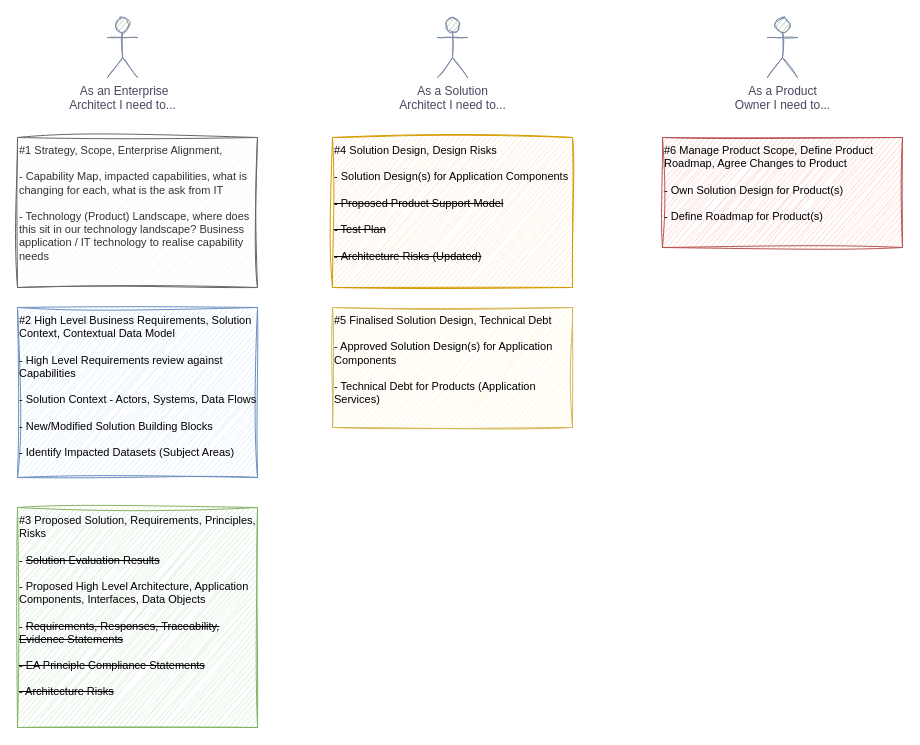
Above: page "EA Scenarios" (3 of 3) of TOM Management.drawio in martinlt/reference (draw.io), before the change. Source tidied: cells renumbered, new cells numbered last; positions are measured from the earlier drawing's top-left corner, leaving out a move shared by most shapes. Both pictures are drawn from the tidied source at 100%, with x=0, y=0 at pixel (17, 17).
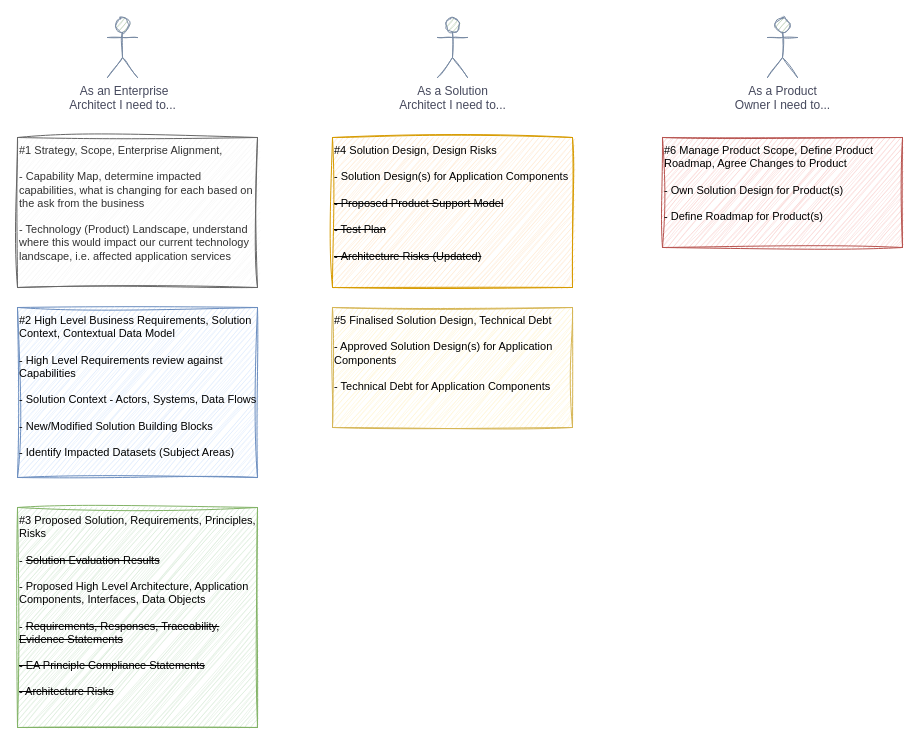
After the change.

The edit, as a diff of the source:
```diff
@@
 <mxGraphModel>
   <root>
     <mxCell id="0" />
     <mxCell id="1" parent="0" />
-    <mxCell id="2" value="#1 Strategy, Scope, Enterprise Alignment,&lt;br style=&quot;font-size: 11px;&quot;&gt;&lt;br style=&quot;font-size: 11px;&quot;&gt;- Capability Map, impacted capabilities, what is changing for each, what is the ask from IT&lt;br style=&quot;font-size: 11px;&quot;&gt;&lt;br style=&quot;font-size: 11px;&quot;&gt;- Technology (Product) Landscape, where does this sit in our technology landscape? Business application / IT technology to realise capability needs&lt;br&gt;" style="text;html=1;strokeColor=#666666;fillColor=#f5f5f5;align=left;verticalAlign=top;whiteSpace=wrap;rounded=0;fontSize=11;fontColor=#333333;sketch=1;curveFitting=1;jiggle=2;" parent="1" vertex="1">
+    <mxCell id="2" value="#1 Strategy, Scope, Enterprise Alignment,&lt;br style=&quot;font-size: 11px;&quot;&gt;&lt;br style=&quot;font-size: 11px;&quot;&gt;- Capability Map, determine impacted capabilities, what is changing for each based on the ask from the business&lt;br style=&quot;font-size: 11px;&quot;&gt;&lt;br style=&quot;font-size: 11px;&quot;&gt;- Technology (Product) Landscape, understand where this would impact our current technology landscape, i.e. affected application services" style="text;html=1;strokeColor=#666666;fillColor=#f5f5f5;align=left;verticalAlign=top;whiteSpace=wrap;rounded=0;fontSize=11;fontColor=#333333;sketch=1;curveFitting=1;jiggle=2;" parent="1" vertex="1">
       <mxGeometry y="120" width="240" height="150" as="geometry" />
     </mxCell>
     <mxCell id="3" value="#2 High Level Business Requirements, Solution Context, Contextual Data Model&lt;br style=&quot;font-size: 11px;&quot;&gt;&lt;br style=&quot;font-size: 11px;&quot;&gt;- High Level Requirements review against Capabilities&lt;br style=&quot;font-size: 11px;&quot;&gt;&lt;br style=&quot;font-size: 11px;&quot;&gt;- Solution Context - Actors, Systems, Data Flows&lt;br&gt;&lt;br&gt;- New/Modified Solution Building Blocks&lt;br&gt;&lt;br&gt;- Identify Impacted Datasets (Subject Areas)" style="text;html=1;strokeColor=#6c8ebf;fillColor=#dae8fc;align=left;verticalAlign=top;whiteSpace=wrap;rounded=0;fontSize=11;sketch=1;curveFitting=1;jiggle=2;" parent="1" vertex="1">
       <mxGeometry y="290" width="240" height="170" as="geometry" />
     </mxCell>
     <mxCell id="4" value="#3 Proposed Solution, Requirements, Principles, Risks&lt;br style=&quot;font-size: 11px;&quot;&gt;&lt;br&gt;- &lt;strike&gt;Solution Evaluation Results&lt;/strike&gt;&lt;br&gt;&lt;br style=&quot;font-size: 11px;&quot;&gt;- Proposed High Level Architecture, Application Components, Interfaces, Data Objects&lt;br style=&quot;font-size: 11px;&quot;&gt;&lt;br style=&quot;font-size: 11px;&quot;&gt;- &lt;strike&gt;Requirements, Responses, Traceability, Evidence Statements&lt;/strike&gt;&lt;br&gt;&lt;br&gt;&lt;strike&gt;- EA Principle Compliance Statements&lt;/strike&gt;&lt;br&gt;&lt;br&gt;&lt;strike&gt;- Architecture Risks&lt;/strike&gt;" style="text;html=1;strokeColor=#82b366;fillColor=#d5e8d4;align=left;verticalAlign=top;whiteSpace=wrap;rounded=0;fontSize=11;sketch=1;curveFitting=1;jiggle=2;" parent="1" vertex="1">
       <mxGeometry y="490" width="240" height="220" as="geometry" />
     </mxCell>
     <mxCell id="5" value="&amp;nbsp;As an Enterprise&lt;br&gt;Architect I need to..." style="shape=umlActor;verticalLabelPosition=bottom;verticalAlign=top;html=1;rounded=0;sketch=1;fillColor=#B2C9AB;strokeColor=#788AA3;fontColor=#46495D;" parent="1" vertex="1">
       <mxGeometry x="90" width="30" height="60" as="geometry" />
     </mxCell>
     <mxCell id="6" value="As a Solution&lt;br&gt;Architect I need to..." style="shape=umlActor;verticalLabelPosition=bottom;verticalAlign=top;html=1;rounded=0;sketch=1;fillColor=#B2C9AB;strokeColor=#788AA3;fontColor=#46495D;" parent="1" vertex="1">
       <mxGeometry x="420" width="30" height="60" as="geometry" />
     </mxCell>
     <mxCell id="7" value="#4 Solution Design, Design Risks&lt;br style=&quot;font-size: 11px;&quot;&gt;&lt;br&gt;- Solution Design(s) for Application Components&lt;br&gt;&lt;br style=&quot;font-size: 11px;&quot;&gt;&lt;strike&gt;- Proposed Product Support Model&lt;/strike&gt;&lt;br style=&quot;font-size: 11px;&quot;&gt;&lt;br style=&quot;font-size: 11px;&quot;&gt;&lt;strike&gt;- Test Plan&lt;br&gt;&lt;/strike&gt;&lt;br&gt;&lt;strike&gt;-&amp;nbsp;Architecture Risks (Updated)&lt;/strike&gt;" style="text;html=1;strokeColor=#d79b00;fillColor=#ffe6cc;align=left;verticalAlign=top;whiteSpace=wrap;rounded=0;fontSize=11;sketch=1;curveFitting=1;jiggle=2;" parent="1" vertex="1">
       <mxGeometry x="315" y="120" width="240" height="150" as="geometry" />
     </mxCell>
-    <mxCell id="8" value="#5 Finalised Solution Design, Technical Debt&lt;br style=&quot;font-size: 11px;&quot;&gt;&lt;br&gt;- Approved Solution Design(s) for Application Components&lt;br&gt;&lt;br style=&quot;font-size: 11px;&quot;&gt;- Technical Debt for Products (Application Services)&lt;br style=&quot;font-size: 11px;&quot;&gt;" style="text;html=1;strokeColor=#d6b656;fillColor=#fff2cc;align=left;verticalAlign=top;whiteSpace=wrap;rounded=0;fontSize=11;sketch=1;curveFitting=1;jiggle=2;" parent="1" vertex="1">
+    <mxCell id="8" value="#5 Finalised Solution Design, Technical Debt&lt;br style=&quot;font-size: 11px;&quot;&gt;&lt;br&gt;- Approved Solution Design(s) for Application Components&lt;br&gt;&lt;br style=&quot;font-size: 11px;&quot;&gt;- Technical Debt for Application Components" style="text;html=1;strokeColor=#d6b656;fillColor=#fff2cc;align=left;verticalAlign=top;whiteSpace=wrap;rounded=0;fontSize=11;sketch=1;curveFitting=1;jiggle=2;" parent="1" vertex="1">
       <mxGeometry x="315" y="290" width="240" height="120" as="geometry" />
     </mxCell>
     <mxCell id="9" value="As a Product&lt;br&gt;Owner I need to..." style="shape=umlActor;verticalLabelPosition=bottom;verticalAlign=top;html=1;rounded=0;sketch=1;fillColor=#B2C9AB;strokeColor=#788AA3;fontColor=#46495D;" parent="1" vertex="1">
       <mxGeometry x="750" width="30" height="60" as="geometry" />
     </mxCell>
     <mxCell id="10" value="#6 Manage Product Scope, Define Product Roadmap, Agree Changes to Product&lt;br style=&quot;font-size: 11px;&quot;&gt;&lt;br&gt;- Own Solution Design for Product(s)&lt;br&gt;&lt;br&gt;- Define Roadmap for Product(s)" style="text;html=1;strokeColor=#b85450;fillColor=#f8cecc;align=left;verticalAlign=top;whiteSpace=wrap;rounded=0;fontSize=11;sketch=1;curveFitting=1;jiggle=2;" parent="1" vertex="1">
       <mxGeometry x="645" y="120" width="240" height="110" as="geometry" />
     </mxCell>
   </root>
 </mxGraphModel>
```
